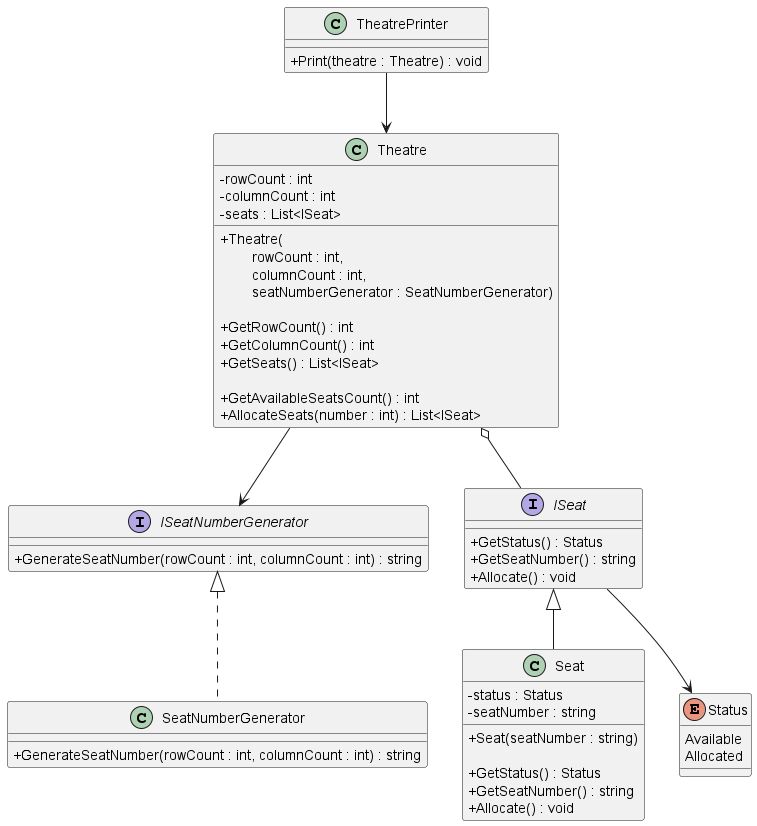
This is diagrams/cinnamon cinemas.png from iamfranco/CinnamonCinemasChallenge, a PlantUML export, as it was before one commit.
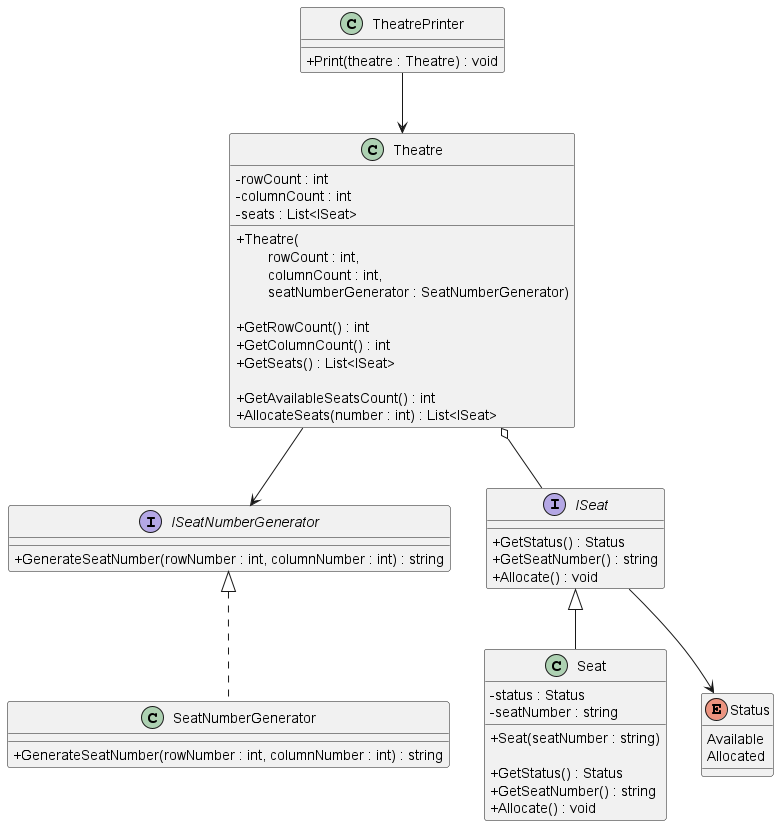
After the commit.

What changed in the source:
```diff
@@ -6,11 +6,11 @@
 }
 
 interface ISeatNumberGenerator {
-    + GenerateSeatNumber(rowCount : int, columnCount : int) : string
+    + GenerateSeatNumber(rowNumber : int, columnNumber : int) : string
 }
 
 class SeatNumberGenerator {
-    + GenerateSeatNumber(rowCount : int, columnCount : int) : string
+    + GenerateSeatNumber(rowNumber : int, columnNumber : int) : string
 }
 
 class Theatre {
```
